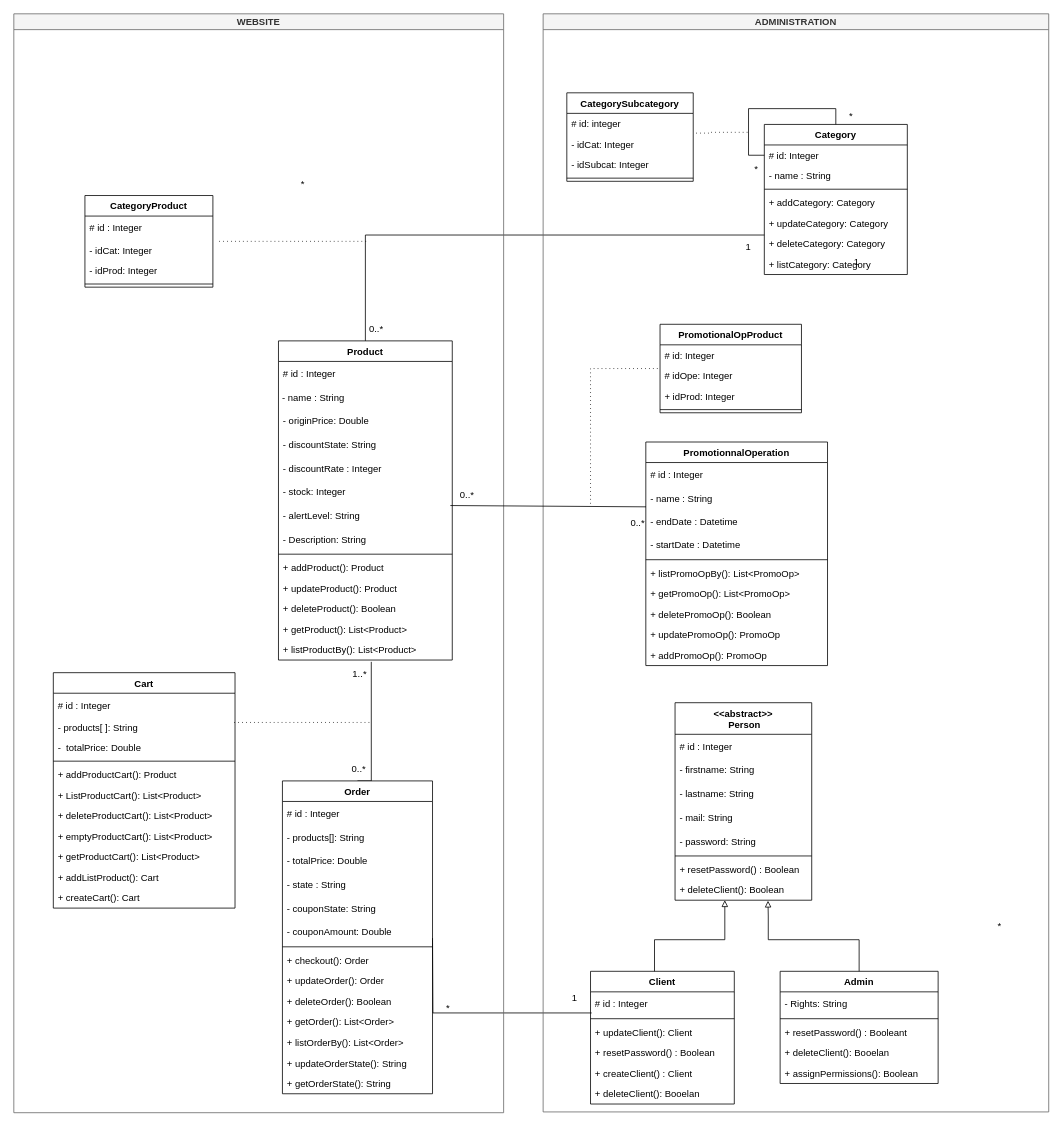
This is ptut8_DiagrammeDeClasse_V1.0.drawio from zbendd/ptut8, a draw.io file, before an edit. Source tidied: cells renumbered, new cells numbered last; positions are measured from the earlier drawing's top-left corner, leaving out a move shared by most shapes. Both pictures are drawn from the tidied source at 79%, with x=0, y=0 at pixel (13, 13).
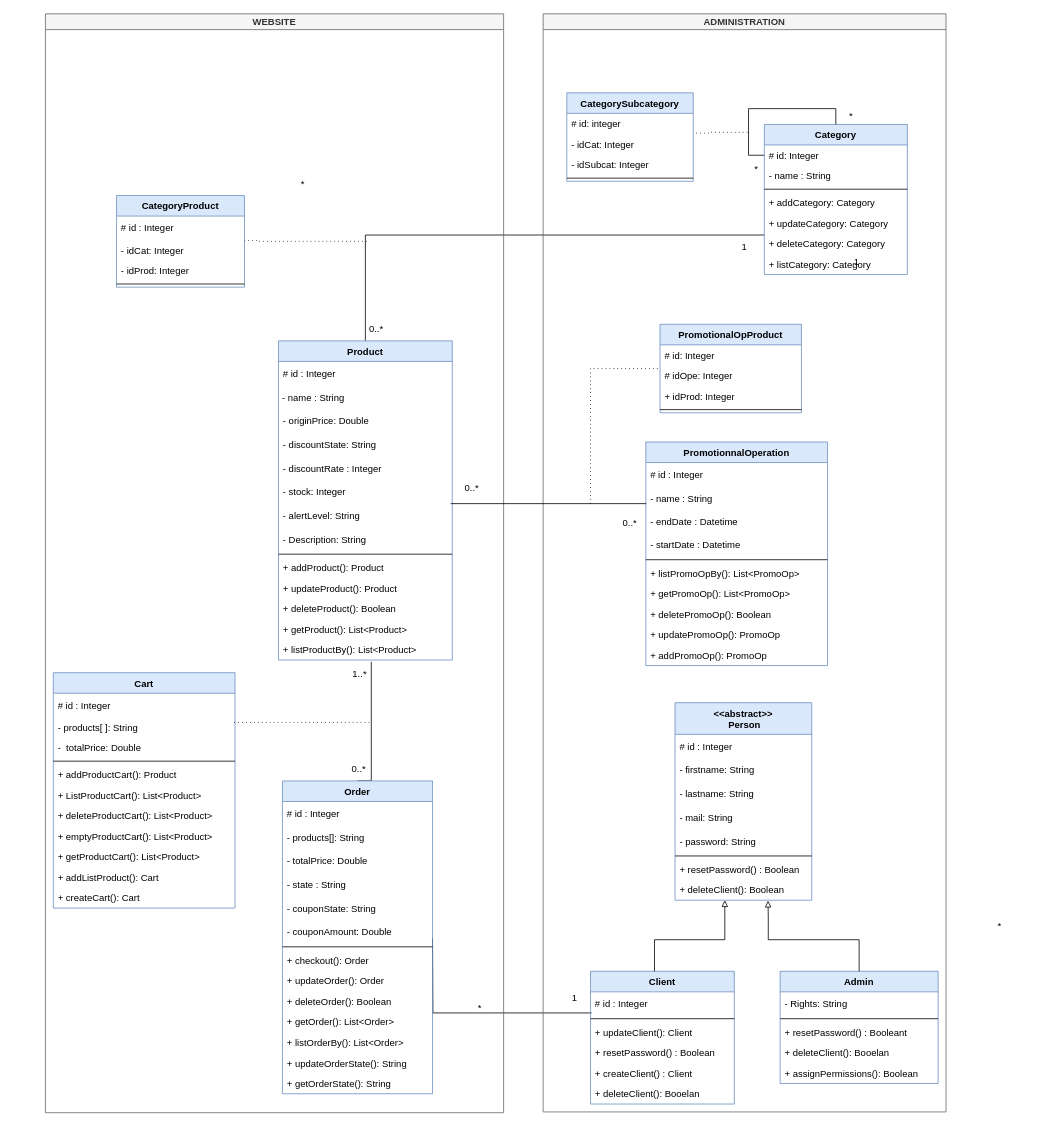
Above is the later version.

The change refers to these unchanged cells:
```xml
<mxCell id="15" value="- alertLevel: String" style="text;strokeColor=none;fillColor=none;align=left;verticalAlign=middle;spacingLeft=4;spacingRight=4;overflow=hidden;points=[[0,0.5],[1,0.5]];portConstraint=eastwest;" parent="8" vertex="1">
  <mxGeometry y="206" width="220" height="30" as="geometry" />
</mxCell>
<mxCell id="58" value="# id : Integer" style="text;strokeColor=none;fillColor=none;align=left;verticalAlign=middle;spacingLeft=4;spacingRight=4;overflow=hidden;points=[[0,0.5],[1,0.5]];portConstraint=eastwest;" parent="57" vertex="1">
  <mxGeometry y="26" width="162" height="30" as="geometry" />
</mxCell>
<mxCell id="93" value="- endDate : Datetime" style="text;strokeColor=none;fillColor=none;align=left;verticalAlign=middle;spacingLeft=4;spacingRight=4;overflow=hidden;points=[[0,0.5],[1,0.5]];portConstraint=eastwest;" parent="90" vertex="1">
  <mxGeometry y="86" width="230" height="29" as="geometry" />
</mxCell>
```

What changed in the source:
```diff
@@
-    <mxCell id="8" value="Product" style="swimlane;fontStyle=1;align=center;verticalAlign=top;horizontal=1;startSize=26;" parent="1" vertex="1">
+    <mxCell id="8" value="Product" style="swimlane;fontStyle=1;align=center;verticalAlign=top;horizontal=1;startSize=26;fillColor=#dae8fc;strokeColor=#6c8ebf;" parent="1" vertex="1">
       <mxGeometry x="335" y="414" width="220" height="404" as="geometry" />
     </mxCell>
@@
-    <mxCell id="23" value="Cart" style="swimlane;fontStyle=1;align=center;verticalAlign=top;horizontal=1;startSize=26;" parent="1" vertex="1">
+    <mxCell id="23" value="Cart" style="swimlane;fontStyle=1;align=center;verticalAlign=top;horizontal=1;startSize=26;fillColor=#dae8fc;strokeColor=#6c8ebf;" parent="1" vertex="1">
       <mxGeometry x="50" y="834" width="230" height="298" as="geometry" />
     </mxCell>
@@
-    <mxCell id="35" value="Order" style="swimlane;fontStyle=1;align=center;verticalAlign=top;horizontal=1;startSize=26;" parent="1" vertex="1">
+    <mxCell id="35" value="Order" style="swimlane;fontStyle=1;align=center;verticalAlign=top;horizontal=1;startSize=26;fillColor=#dae8fc;strokeColor=#6c8ebf;" parent="1" vertex="1">
       <mxGeometry x="340" y="971" width="190" height="396" as="geometry" />
     </mxCell>
@@
-    <mxCell id="50" style="edgeStyle=elbowEdgeStyle;fontSize=12;html=1;endFill=0;startFill=0;endSize=6;startSize=6;dashed=1;dashPattern=1 4;endArrow=none;startArrow=none;rounded=0;" parent="1" edge="1">
+    <mxCell id="50" style="edgeStyle=elbowEdgeStyle;fontSize=12;html=1;endFill=0;startFill=0;endSize=6;startSize=6;dashed=1;dashPattern=1 4;endArrow=none;startArrow=none;rounded=0;exitX=0.999;exitY=1.029;exitDx=0;exitDy=0;exitPerimeter=0;" parent="1" edge="1" source="58">
       <mxGeometry relative="1" as="geometry">
-        <mxPoint x="260" y="288" as="sourcePoint" />
         <mxPoint x="450" y="288" as="targetPoint" />
         <Array as="points">
-          <mxPoint x="280" y="288" />
           <mxPoint x="310" y="383" />
         </Array>
       </mxGeometry>
     </mxCell>
@@
-    <mxCell id="54" value="WEBSITE" style="swimlane;startSize=20;horizontal=1;containerType=tree;fillColor=#f5f5f5;fontColor=#333333;strokeColor=#666666;gradientColor=none;" parent="1" vertex="1">
-      <mxGeometry width="620" height="1391" as="geometry" />
+    <mxCell id="54" value="WEBSITE" style="swimlane;startSize=20;horizontal=1;containerType=tree;fillColor=#f5f5f5;strokeColor=#666666;fontColor=#333333;" parent="1" vertex="1">
+      <mxGeometry x="40" width="580" height="1391" as="geometry" />
     </mxCell>
@@
     <mxCell id="56" value="0..*" style="text;html=1;strokeColor=none;fillColor=none;align=center;verticalAlign=middle;whiteSpace=wrap;rounded=0;" parent="54" vertex="1">
-      <mxGeometry x="564" y="600" width="20" height="20" as="geometry" />
+      <mxGeometry x="530" y="590" width="20" height="20" as="geometry" />
     </mxCell>
-    <mxCell id="57" value="CategoryProduct" style="swimlane;fontStyle=1;align=center;verticalAlign=top;horizontal=1;startSize=26;" parent="54" vertex="1">
+    <mxCell id="57" value="CategoryProduct" style="swimlane;fontStyle=1;align=center;verticalAlign=top;horizontal=1;startSize=26;fillColor=#dae8fc;strokeColor=#6c8ebf;" parent="54" vertex="1">
       <mxGeometry x="90" y="230" width="162" height="116" as="geometry" />
     </mxCell>
@@
-    <mxCell id="62" value="ADMINISTRATION" style="swimlane;startSize=20;horizontal=1;containerType=tree;fillColor=#f5f5f5;fontColor=#333333;strokeColor=#666666;" parent="1" vertex="1">
-      <mxGeometry x="670" width="640" height="1390" as="geometry" />
+    <mxCell id="62" value="ADMINISTRATION" style="swimlane;startSize=20;horizontal=1;containerType=tree;fillColor=#f5f5f5;strokeColor=#666666;fontColor=#333333;" parent="1" vertex="1">
+      <mxGeometry x="670" width="510" height="1390" as="geometry" />
     </mxCell>
@@
-    <mxCell id="64" value="Client" style="swimlane;fontStyle=1;align=center;verticalAlign=top;horizontal=1;startSize=26;" parent="62" vertex="1">
+    <mxCell id="64" value="Client" style="swimlane;fontStyle=1;align=center;verticalAlign=top;horizontal=1;startSize=26;fillColor=#dae8fc;strokeColor=#6c8ebf;" parent="62" vertex="1">
       <mxGeometry x="60" y="1212" width="182" height="168" as="geometry" />
     </mxCell>
@@
-    <mxCell id="72" value="&lt;&lt;abstract&gt;&gt;&#10; Person" style="swimlane;fontStyle=1;align=center;verticalAlign=top;horizontal=1;startSize=40;" parent="62" vertex="1">
+    <mxCell id="72" value="&lt;&lt;abstract&gt;&gt;&#10; Person" style="swimlane;fontStyle=1;align=center;verticalAlign=top;horizontal=1;startSize=40;fillColor=#dae8fc;strokeColor=#6c8ebf;" parent="62" vertex="1">
       <mxGeometry x="167" y="872" width="173" height="250" as="geometry" />
     </mxCell>
@@
-    <mxCell id="82" value="Admin" style="swimlane;fontStyle=1;align=center;verticalAlign=top;horizontal=1;startSize=26;" parent="62" vertex="1">
+    <mxCell id="82" value="Admin" style="swimlane;fontStyle=1;align=center;verticalAlign=top;horizontal=1;startSize=26;fillColor=#dae8fc;strokeColor=#6c8ebf;" parent="62" vertex="1">
       <mxGeometry x="300" y="1212" width="200" height="142" as="geometry" />
     </mxCell>
@@
     <mxCell id="89" value="0..*" style="text;html=1;strokeColor=none;fillColor=none;align=center;verticalAlign=middle;whiteSpace=wrap;rounded=0;" parent="62" vertex="1">
-      <mxGeometry x="110" y="635" width="20" height="20" as="geometry" />
+      <mxGeometry x="100" y="635" width="20" height="20" as="geometry" />
     </mxCell>
-    <mxCell id="90" value="PromotionnalOperation" style="swimlane;fontStyle=1;align=center;verticalAlign=top;horizontal=1;startSize=26;" parent="62" vertex="1">
+    <mxCell id="90" value="PromotionnalOperation" style="swimlane;fontStyle=1;align=center;verticalAlign=top;horizontal=1;startSize=26;fillColor=#dae8fc;strokeColor=#6c8ebf;" parent="62" vertex="1">
       <mxGeometry x="130" y="542" width="230" height="283" as="geometry" />
     </mxCell>
@@
-    <mxCell id="101" value="PromotionalOpProduct" style="swimlane;fontStyle=1;align=center;verticalAlign=top;horizontal=1;startSize=26;" parent="62" vertex="1">
+    <mxCell id="101" value="PromotionalOpProduct" style="swimlane;fontStyle=1;align=center;verticalAlign=top;horizontal=1;startSize=26;fillColor=#dae8fc;strokeColor=#6c8ebf;" parent="62" vertex="1">
       <mxGeometry x="148" y="393" width="179" height="112" as="geometry" />
     </mxCell>
@@
-    <mxCell id="106" value="CategorySubcategory" style="swimlane;fontStyle=1;align=center;verticalAlign=top;horizontal=1;startSize=26;" parent="62" vertex="1">
+    <mxCell id="106" value="CategorySubcategory" style="swimlane;fontStyle=1;align=center;verticalAlign=top;horizontal=1;startSize=26;fillColor=#dae8fc;strokeColor=#6c8ebf;" parent="62" vertex="1">
       <mxGeometry x="30" y="100" width="160" height="112" as="geometry" />
     </mxCell>
@@
-    <mxCell id="114" value="Category" style="swimlane;fontStyle=1;align=center;verticalAlign=top;horizontal=1;startSize=26;" parent="62" vertex="1">
+    <mxCell id="114" value="Category" style="swimlane;fontStyle=1;align=center;verticalAlign=top;horizontal=1;startSize=26;fillColor=#dae8fc;strokeColor=#6c8ebf;" parent="62" vertex="1">
       <mxGeometry x="280" y="140" width="181" height="190" as="geometry" />
     </mxCell>
@@
     <mxCell id="123" value="1" style="text;html=1;strokeColor=none;fillColor=none;align=center;verticalAlign=middle;whiteSpace=wrap;rounded=0;" parent="62" vertex="1">
-      <mxGeometry x="250" y="280" width="20" height="30" as="geometry" />
+      <mxGeometry x="240" y="280" width="30" height="30" as="geometry" />
     </mxCell>
-    <mxCell id="124" style="endArrow=none;html=1;rounded=0;exitX=0.989;exitY=0.081;exitDx=0;exitDy=0;entryX=0.001;entryY=-0.136;entryDx=0;entryDy=0;entryPerimeter=0;exitPerimeter=0;" parent="1" edge="1" source="15" target="93">
-      <mxGeometry relative="1" as="geometry" />
+    <mxCell id="124" style="endArrow=none;html=1;rounded=0;orthogonal=0;entryX=-0.011;entryY=0.733;entryDx=0;entryDy=0;entryPerimeter=0;" parent="1" edge="1">
+      <mxGeometry relative="1" as="geometry">
+        <mxPoint x="553" y="620" as="sourcePoint" />
+        <mxPoint x="800.5" y="620" as="targetPoint" />
+      </mxGeometry>
     </mxCell>
```
